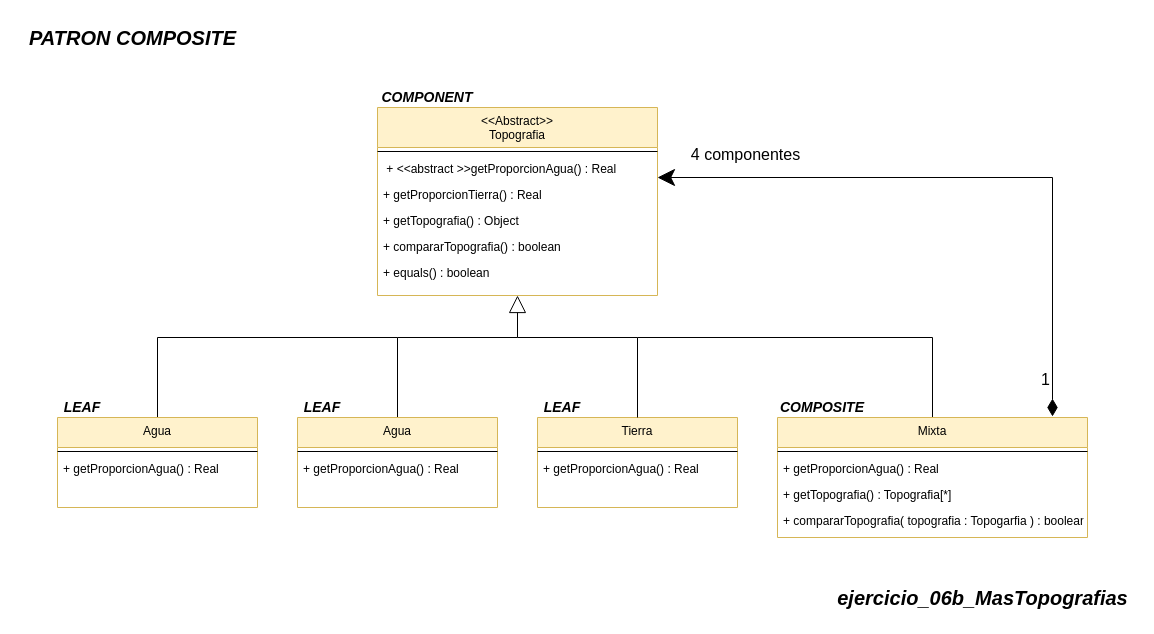
TaielNxz/OO2 keeps this draw.io diagram as Practicas/Patrones/ejercicio_06b_MasTopografias/UML/ejercicio_06b_MasTopografias.drawio. Above is the earlier version. Source tidied: cells renumbered, new cells numbered last; positions are measured from the earlier drawing's top-left corner, leaving out a move shared by most shapes. Both pictures are drawn from the tidied source at 100%, with x=0, y=0 at pixel (17, 17).
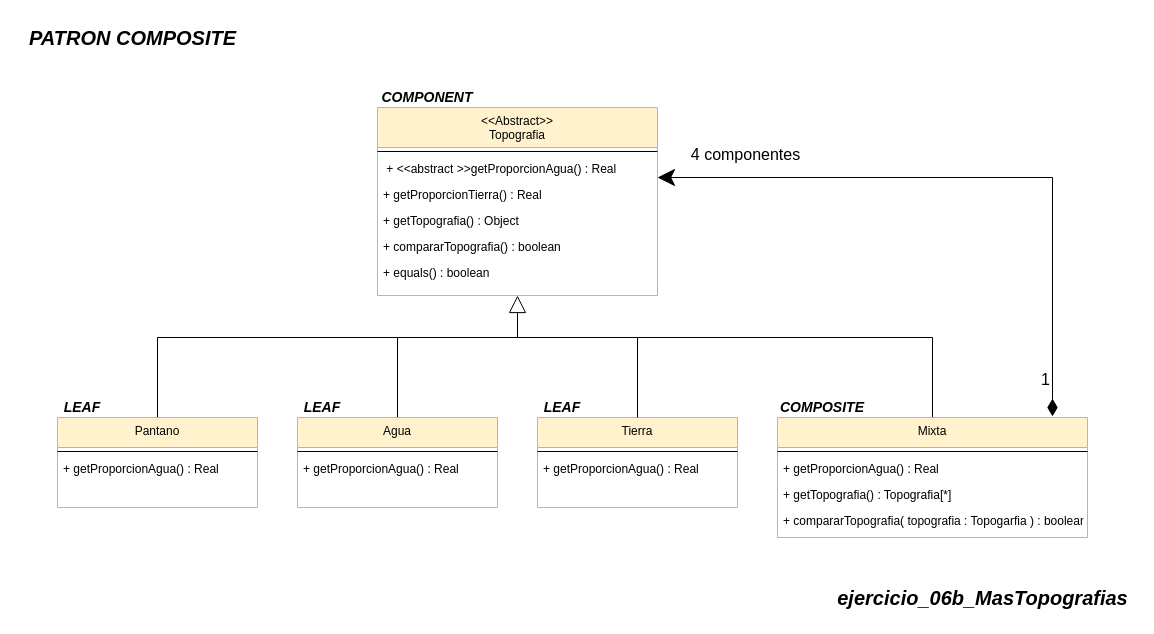
After the change.

Commit message (it also covers changes not shown here):
actulizo UML del ejercicio 6b de patrones

The edit, as a diff of the source:
```diff
@@
-    <mxCell id="35" value="Agua" style="swimlane;fontStyle=0;align=center;verticalAlign=top;horizontal=1;startSize=30;rounded=0;shadow=0;strokeWidth=1;fillColor=#fff2cc;strokeColor=#d6b656;" parent="1" vertex="1">
+    <mxCell id="35" value="Pantano" style="swimlane;fontStyle=0;align=center;verticalAlign=top;horizontal=1;startSize=30;rounded=0;shadow=0;strokeWidth=1;fillColor=#fff2cc;strokeColor=#d6b656;" parent="1" vertex="1">
       <mxGeometry x="40" y="400" width="200" height="90" as="geometry" />
     </mxCell>
```
